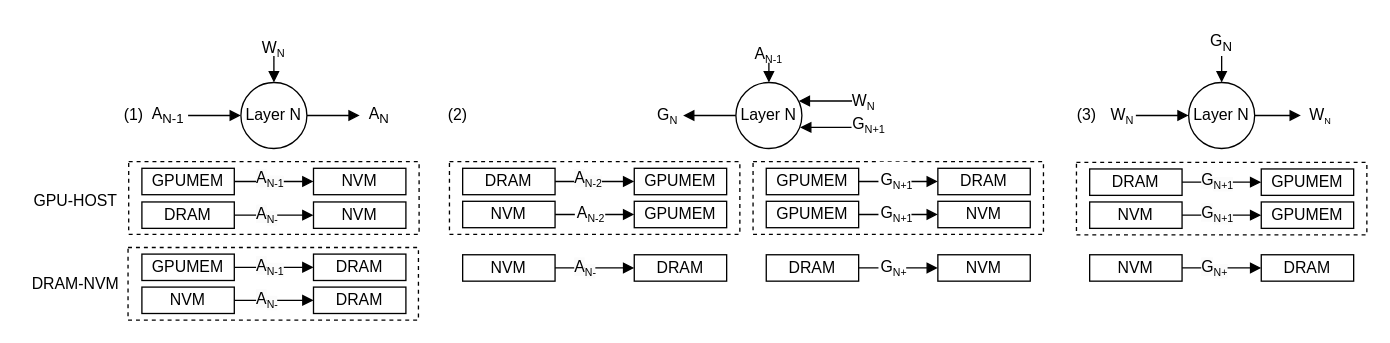
The draw.io diagram fig/pipeline.drawio in icszhr/NCheck, before the edit. Source tidied: cells renumbered, new cells numbered last; positions are measured from the earlier drawing's top-left corner, leaving out a move shared by most shapes. Both pictures are drawn from the tidied source at 132%, with x=0, y=0 at pixel (22, 22).
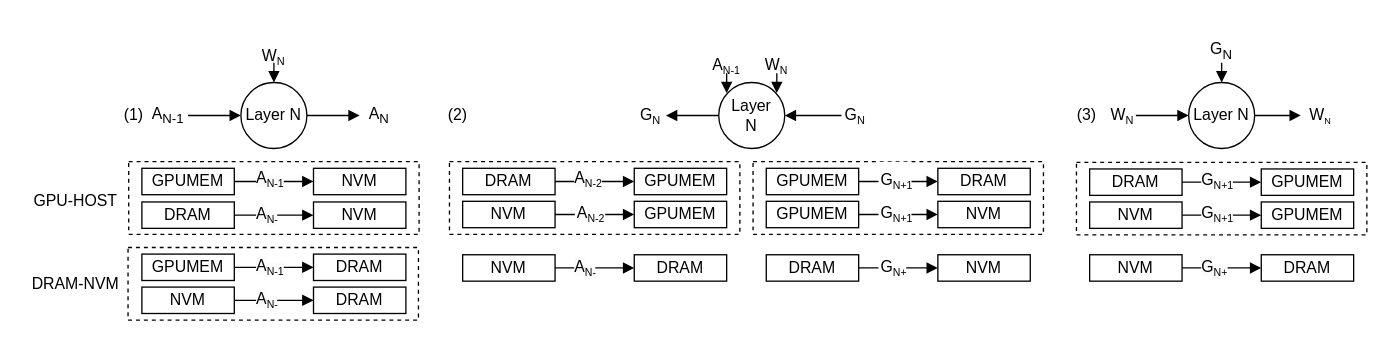
Above is the later version.

Unchanged cells that the change refers to:
```xml
<mxCell id="10" value="Layer N" style="ellipse;whiteSpace=wrap;html=1;" parent="1" vertex="1">
  <mxGeometry x="165" y="45" width="50" height="50" as="geometry" />
</mxCell>
<mxCell id="26" value="Layer N" style="ellipse;whiteSpace=wrap;html=1;" parent="1" vertex="1">
  <mxGeometry x="883" y="45" width="50" height="50" as="geometry" />
</mxCell>
```

Diff of the diagram source:
```diff
@@
     <mxCell id="9" style="edgeStyle=orthogonalEdgeStyle;rounded=0;jettySize=auto;html=1;endArrow=none;endFill=0;startArrow=block;startFill=1;" parent="1" edge="1" source="10">
       <mxGeometry relative="1" as="geometry">
         <mxPoint x="190" y="30" as="targetPoint" />
+        <Array as="points">
+          <mxPoint x="190" y="30" />
+          <mxPoint x="190" y="30" />
+        </Array>
       </mxGeometry>
     </mxCell>
@@
     <mxCell id="11" value="W&lt;span style=&quot;font-size: 10px;&quot;&gt;&lt;sub&gt;N&lt;/sub&gt;&lt;/span&gt;" style="text;html=1;align=center;verticalAlign=middle;whiteSpace=wrap;rounded=0;" parent="1" vertex="1">
-      <mxGeometry x="185" y="4" width="10" height="30" as="geometry" />
+      <mxGeometry x="185" y="10" width="10" height="30" as="geometry" />
     </mxCell>
@@
     <mxCell id="24" style="edgeStyle=orthogonalEdgeStyle;rounded=0;jettySize=auto;html=1;endArrow=none;endFill=0;startArrow=block;startFill=1;" parent="1" edge="1" source="26">
       <mxGeometry relative="1" as="geometry">
         <mxPoint x="908" y="30" as="targetPoint" />
+        <Array as="points">
+          <mxPoint x="908" y="30" />
+        </Array>
       </mxGeometry>
     </mxCell>
@@
     <mxCell id="27" value="G&lt;sub&gt;N&lt;/sub&gt;" style="text;html=1;align=center;verticalAlign=middle;whiteSpace=wrap;rounded=0;" parent="1" vertex="1">
-      <mxGeometry x="878" width="60" height="30" as="geometry" />
+      <mxGeometry x="878" y="6" width="60" height="30" as="geometry" />
     </mxCell>
@@
-    <mxCell id="50" style="group;" parent="1" vertex="1">
-      <mxGeometry x="444" y="10" width="210" height="94" as="geometry" />
-    </mxCell>
-    <mxCell id="51" style="edgeStyle=orthogonalEdgeStyle;rounded=0;jettySize=auto;html=1;endArrow=block;endFill=1;startArrow=none;startFill=0;" parent="50" edge="1" source="54">
-      <mxGeometry relative="1" as="geometry">
-        <mxPoint x="56" y="60" as="targetPoint" />
-      </mxGeometry>
-    </mxCell>
-    <mxCell id="52" style="edgeStyle=orthogonalEdgeStyle;rounded=0;jettySize=auto;html=1;exitX=0.973;exitY=0.68;exitDx=0;exitDy=0;endArrow=none;endFill=0;startArrow=block;startFill=1;exitPerimeter=0;entryX=0.053;entryY=0.593;entryDx=0;entryDy=0;entryPerimeter=0;" parent="50" edge="1" source="54" target="56">
-      <mxGeometry relative="1" as="geometry" />
-    </mxCell>
-    <mxCell id="53" style="edgeStyle=orthogonalEdgeStyle;rounded=0;jettySize=auto;html=1;exitX=0.952;exitY=0.28;exitDx=0;exitDy=0;endArrow=none;endFill=0;startArrow=block;startFill=1;exitPerimeter=0;entryX=0;entryY=0.5;entryDx=0;entryDy=0;" parent="50" edge="1" source="54" target="59">
-      <mxGeometry relative="1" as="geometry" />
-    </mxCell>
-    <mxCell id="54" value="Layer N" style="ellipse;whiteSpace=wrap;html=1;" parent="50" vertex="1">
-      <mxGeometry x="96" y="35" width="50" height="50" as="geometry" />
-    </mxCell>
-    <mxCell id="55" value="G&lt;span style=&quot;font-size: 10px;&quot;&gt;&lt;sub&gt;N&lt;/sub&gt;&lt;/span&gt;" style="text;html=1;align=center;verticalAlign=middle;whiteSpace=wrap;rounded=0;" parent="50" vertex="1">
-      <mxGeometry x="32" y="45" width="25" height="30" as="geometry" />
-    </mxCell>
-    <mxCell id="56" value="&lt;font style=&quot;font-size: 12px;&quot;&gt;G&lt;/font&gt;&lt;font style=&quot;font-size: 10px;&quot;&gt;&lt;sub&gt;N+1&lt;/sub&gt;&lt;/font&gt;" style="text;html=1;align=center;verticalAlign=middle;whiteSpace=wrap;rounded=0;" parent="50" vertex="1">
-      <mxGeometry x="182" y="52" width="30" height="30" as="geometry" />
-    </mxCell>
-    <mxCell id="57" style="edgeStyle=orthogonalEdgeStyle;rounded=0;orthogonalLoop=1;jettySize=auto;html=1;endArrow=none;endFill=0;startArrow=block;startFill=1;" parent="50" edge="1">
-      <mxGeometry relative="1" as="geometry">
-        <mxPoint x="121" y="35" as="sourcePoint" />
-        <mxPoint x="121" y="20" as="targetPoint" />
-      </mxGeometry>
-    </mxCell>
-    <mxCell id="58" value="A&lt;sub&gt;&lt;font style=&quot;font-size: 8px;&quot;&gt;N-1&lt;/font&gt;&lt;/sub&gt;" style="text;html=1;align=center;verticalAlign=middle;whiteSpace=wrap;rounded=0;" parent="50" vertex="1">
-      <mxGeometry x="91" width="60" height="30" as="geometry" />
-    </mxCell>
-    <mxCell id="59" value="W&lt;span style=&quot;font-size: 10px;&quot;&gt;&lt;sub&gt;N&lt;/sub&gt;&lt;/span&gt;" style="text;html=1;align=center;verticalAlign=middle;whiteSpace=wrap;rounded=0;" parent="50" vertex="1">
-      <mxGeometry x="184" y="40" width="18" height="18" as="geometry" />
-    </mxCell>
@@
+    <mxCell id="88" style="edgeStyle=orthogonalEdgeStyle;rounded=0;jettySize=auto;html=1;endArrow=block;endFill=1;startArrow=none;startFill=0;" parent="1" edge="1" source="54">
+      <mxGeometry relative="1" as="geometry">
+        <mxPoint x="487" y="70" as="targetPoint" />
+      </mxGeometry>
+    </mxCell>
+    <mxCell id="89" style="edgeStyle=orthogonalEdgeStyle;rounded=0;jettySize=auto;html=1;endArrow=none;endFill=0;startArrow=block;startFill=1;" parent="1" edge="1" source="54">
+      <mxGeometry relative="1" as="geometry">
+        <mxPoint x="620" y="70" as="targetPoint" />
+      </mxGeometry>
+    </mxCell>
+    <mxCell id="54" value="Layer&lt;div&gt;N&lt;/div&gt;" style="ellipse;whiteSpace=wrap;html=1;" parent="1" vertex="1">
+      <mxGeometry x="527" y="45" width="50" height="50" as="geometry" />
+    </mxCell>
+    <mxCell id="90" value="G&lt;span style=&quot;font-size: 10px;&quot;&gt;&lt;sub&gt;N&lt;/sub&gt;&lt;/span&gt;" style="text;html=1;align=center;verticalAlign=middle;whiteSpace=wrap;rounded=0;" parent="1" vertex="1">
+      <mxGeometry x="463" y="55" width="25" height="30" as="geometry" />
+    </mxCell>
+    <mxCell id="91" style="edgeStyle=orthogonalEdgeStyle;rounded=0;orthogonalLoop=1;jettySize=auto;html=1;endArrow=none;endFill=0;startArrow=block;startFill=1;" parent="1" edge="1">
+      <mxGeometry relative="1" as="geometry">
+        <mxPoint x="533" y="53" as="sourcePoint" />
+        <mxPoint x="533" y="38" as="targetPoint" />
+      </mxGeometry>
+    </mxCell>
+    <mxCell id="58" value="A&lt;sub&gt;&lt;font style=&quot;font-size: 8px;&quot;&gt;N-1&lt;/font&gt;&lt;/sub&gt;" style="text;html=1;align=center;verticalAlign=middle;whiteSpace=wrap;rounded=0;" parent="1" vertex="1">
+      <mxGeometry x="503" y="18" width="60" height="30" as="geometry" />
+    </mxCell>
+    <mxCell id="92" style="edgeStyle=orthogonalEdgeStyle;rounded=0;orthogonalLoop=1;jettySize=auto;html=1;endArrow=none;endFill=0;startArrow=block;startFill=1;" parent="1" edge="1">
+      <mxGeometry relative="1" as="geometry">
+        <mxPoint x="571" y="53" as="sourcePoint" />
+        <mxPoint x="571" y="38" as="targetPoint" />
+      </mxGeometry>
+    </mxCell>
+    <mxCell id="59" value="W&lt;sub&gt;&lt;font style=&quot;font-size: 8px;&quot;&gt;N&lt;/font&gt;&lt;/sub&gt;" style="text;html=1;align=center;verticalAlign=middle;whiteSpace=wrap;rounded=0;" parent="1" vertex="1">
+      <mxGeometry x="541" y="18" width="60" height="30" as="geometry" />
+    </mxCell>
+    <mxCell id="93" value="G&lt;span style=&quot;font-size: 10px;&quot;&gt;&lt;sub&gt;N&lt;/sub&gt;&lt;/span&gt;" style="text;html=1;align=center;verticalAlign=middle;whiteSpace=wrap;rounded=0;" parent="1" vertex="1">
+      <mxGeometry x="618" y="55" width="25" height="30" as="geometry" />
+    </mxCell>
```
